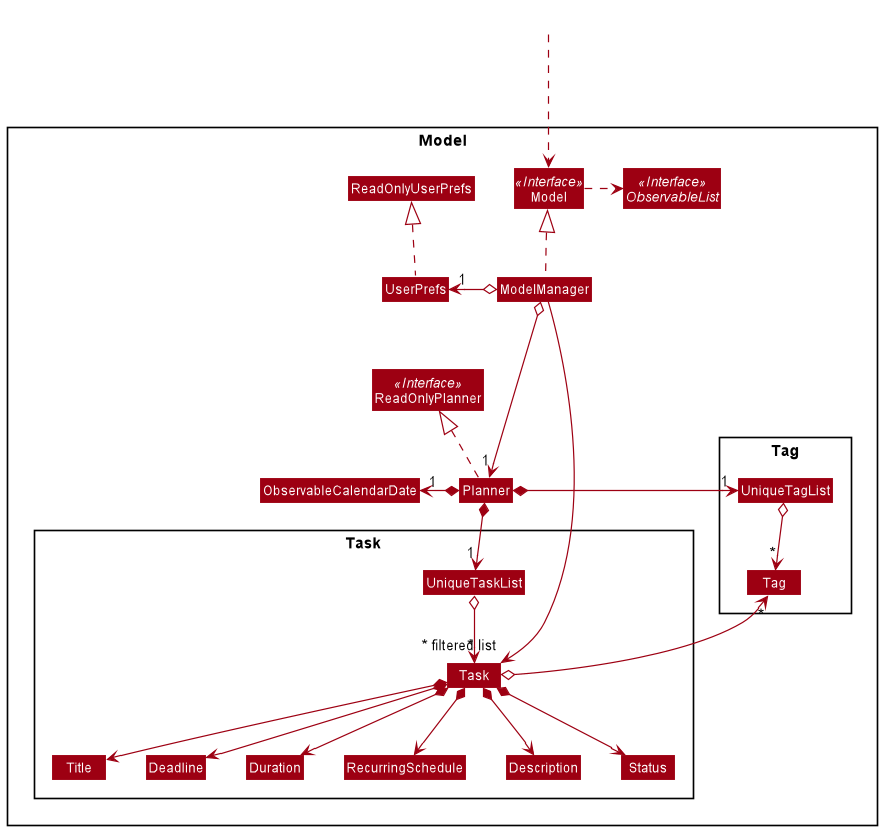
Above: docs/images/ModelClassDiagram.png in nus-cs2103-AY2021S2/tp (PlantUML), before the change.
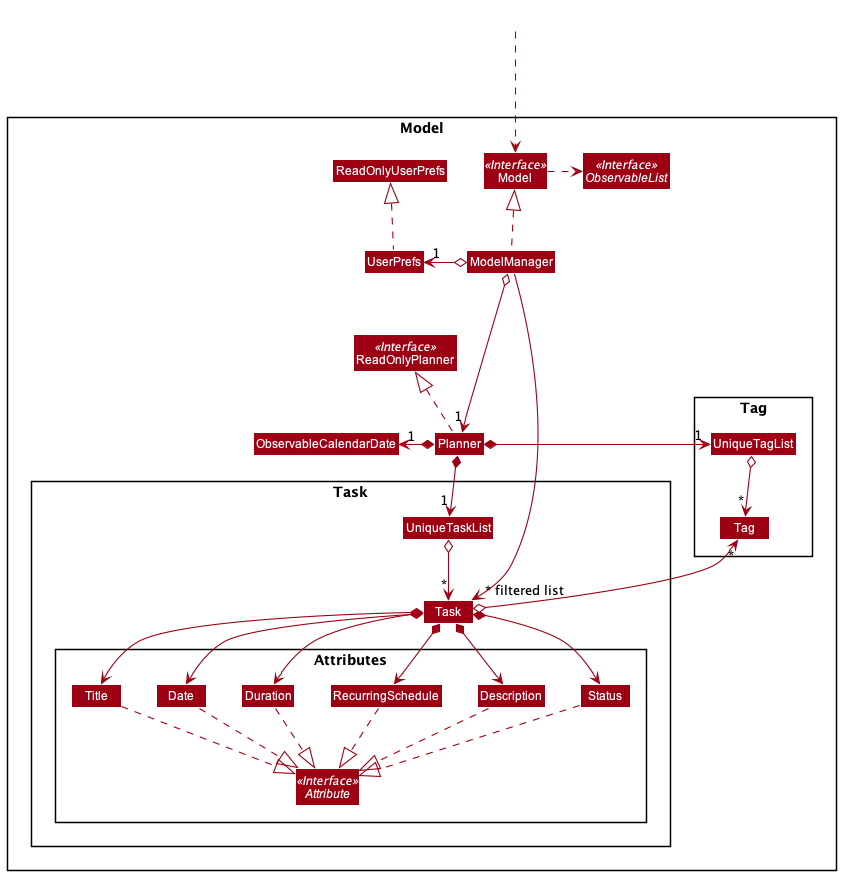
Above is the later version.

Commit message:
Edit Logic and Model diagrams

What changed in the source:
```diff
@@ -18,12 +18,17 @@
 
 Package Task {
 Class Task
-Class Deadline
+
+Package Attributes {
+Interface Attribute <<Interface>>
+Class Date
 Class RecurringSchedule
 Class Title
 Class Status
 Class Duration
 Class Description
+}
+
 Class UniqueTaskList
 }
 
@@ -50,15 +55,22 @@
 Planner *-left-> "1" UniqueTagList
 UniqueTagList o--> "*" Tag
 Task *--> Title
-Task *--> Deadline
+Task *--> Date
 Task *--> Duration
 Task *--> RecurringSchedule
 Task *--> Description
 Task *--> Status
 Task o--> "*" Tag
 
-Title -[hidden]right-> Deadline
-Deadline -[hidden]right-> Duration
+Title .down.|> Attribute
+Date .down.|> Attribute
+Duration .down.|> Attribute
+RecurringSchedule .down.|> Attribute
+Description .down.|> Attribute
+Status .down.|> Attribute
+
+Title -[hidden]right-> Date
+Date -[hidden]right-> Duration
 Duration -[hidden]right-> RecurringSchedule
 RecurringSchedule -[hidden]right-> Description
 Description -[hidden]right-> Status
```
